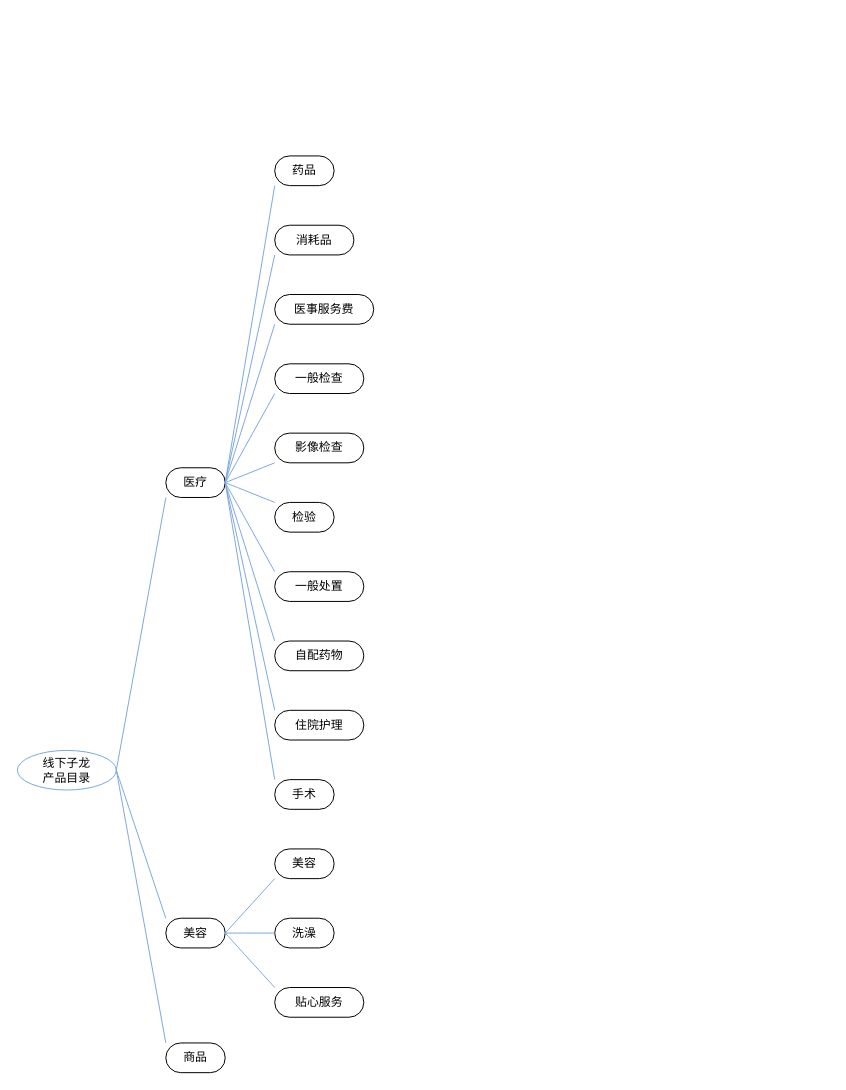
fangzheng0518/draw keeps this draw.io diagram as page "产品目录分类" (1 of 2) of pet_data_warehouse/经营参谋.drawio. Above is the earlier version. Source tidied: cells renumbered, new cells numbered last; positions are measured from the earlier drawing's top-left corner, leaving out a move shared by most shapes. Both pictures are drawn from the tidied source at 99%, with x=0, y=0 at pixel (17, 155).
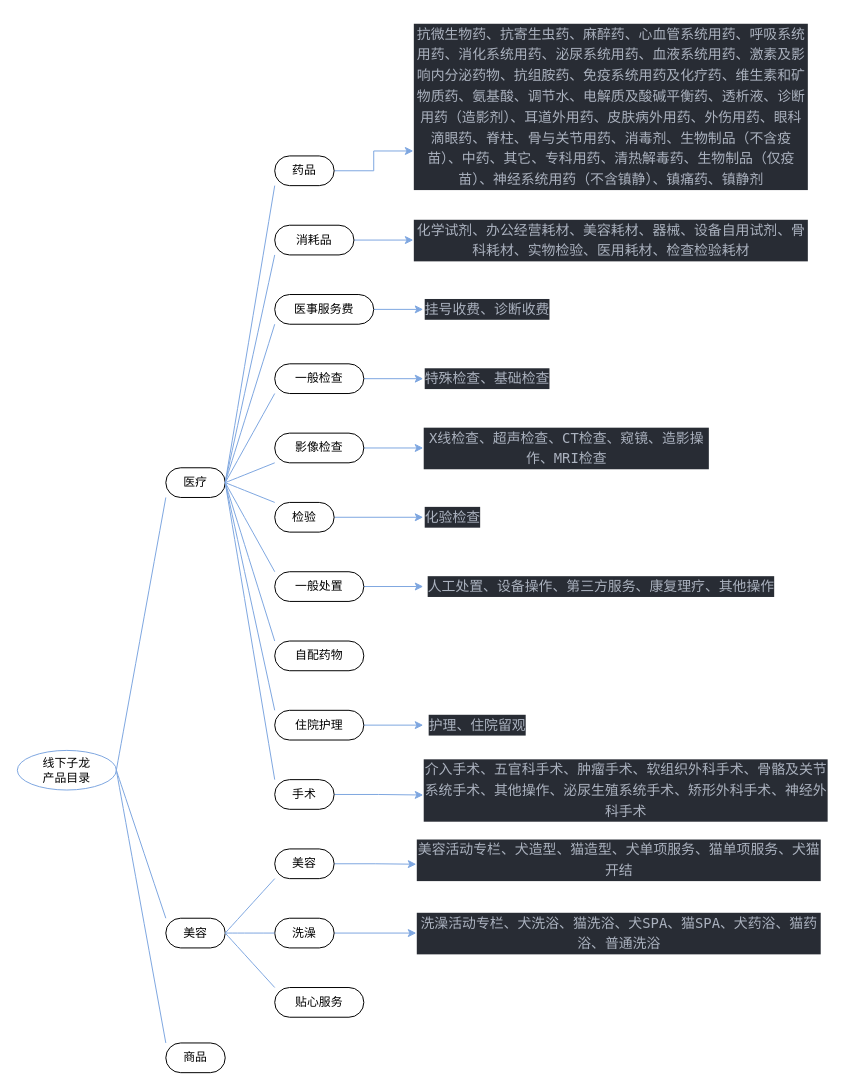
Above is the later version.

Commit message (it also covers changes not shown here):
更新经营参谋.drawio

Unchanged cells that the change refers to:
```xml
<mxCell id="10" value="药品" style="whiteSpace=wrap;html=1;rounded=1;arcSize=50;align=center;verticalAlign=middle;strokeWidth=1;spacing=4;newEdgeStyle={&quot;edgeStyle&quot;:&quot;entityRelationEdgeStyle&quot;,&quot;startArrow&quot;:&quot;none&quot;,&quot;endArrow&quot;:&quot;none&quot;,&quot;segment&quot;:10,&quot;curved&quot;:1};" parent="1" vertex="1">
  <mxGeometry x="260" width="60" height="30" as="geometry" />
</mxCell>
<mxCell id="12" value="消耗品" style="whiteSpace=wrap;html=1;rounded=1;arcSize=50;align=center;verticalAlign=middle;strokeWidth=1;spacing=4;newEdgeStyle={&quot;edgeStyle&quot;:&quot;entityRelationEdgeStyle&quot;,&quot;startArrow&quot;:&quot;none&quot;,&quot;endArrow&quot;:&quot;none&quot;,&quot;segment&quot;:10,&quot;curved&quot;:1};" parent="1" vertex="1">
  <mxGeometry x="260" y="70" width="80" height="30" as="geometry" />
</mxCell>
<mxCell id="14" value="医事服务费" style="whiteSpace=wrap;html=1;rounded=1;arcSize=50;align=center;verticalAlign=middle;strokeWidth=1;spacing=4;newEdgeStyle={&quot;edgeStyle&quot;:&quot;entityRelationEdgeStyle&quot;,&quot;startArrow&quot;:&quot;none&quot;,&quot;endArrow&quot;:&quot;none&quot;,&quot;segment&quot;:10,&quot;curved&quot;:1};" parent="1" vertex="1">
  <mxGeometry x="260" y="140" width="100" height="30" as="geometry" />
</mxCell>
<mxCell id="16" value="一般检查" style="whiteSpace=wrap;html=1;rounded=1;arcSize=50;align=center;verticalAlign=middle;strokeWidth=1;spacing=4;newEdgeStyle={&quot;edgeStyle&quot;:&quot;entityRelationEdgeStyle&quot;,&quot;startArrow&quot;:&quot;none&quot;,&quot;endArrow&quot;:&quot;none&quot;,&quot;segment&quot;:10,&quot;curved&quot;:1};" parent="1" vertex="1">
  <mxGeometry x="260" y="210" width="90" height="30" as="geometry" />
</mxCell>
<mxCell id="18" value="影像检查" style="whiteSpace=wrap;html=1;rounded=1;arcSize=50;align=center;verticalAlign=middle;strokeWidth=1;spacing=4;newEdgeStyle={&quot;edgeStyle&quot;:&quot;entityRelationEdgeStyle&quot;,&quot;startArrow&quot;:&quot;none&quot;,&quot;endArrow&quot;:&quot;none&quot;,&quot;segment&quot;:10,&quot;curved&quot;:1};" parent="1" vertex="1">
  <mxGeometry x="260" y="280" width="90" height="30" as="geometry" />
</mxCell>
<mxCell id="20" value="检验" style="whiteSpace=wrap;html=1;rounded=1;arcSize=50;align=center;verticalAlign=middle;strokeWidth=1;spacing=4;newEdgeStyle={&quot;edgeStyle&quot;:&quot;entityRelationEdgeStyle&quot;,&quot;startArrow&quot;:&quot;none&quot;,&quot;endArrow&quot;:&quot;none&quot;,&quot;segment&quot;:10,&quot;curved&quot;:1};" parent="1" vertex="1">
  <mxGeometry x="260" y="350" width="60" height="30" as="geometry" />
</mxCell>
<mxCell id="22" value="一般处置" style="whiteSpace=wrap;html=1;rounded=1;arcSize=50;align=center;verticalAlign=middle;strokeWidth=1;spacing=4;newEdgeStyle={&quot;edgeStyle&quot;:&quot;entityRelationEdgeStyle&quot;,&quot;startArrow&quot;:&quot;none&quot;,&quot;endArrow&quot;:&quot;none&quot;,&quot;segment&quot;:10,&quot;curved&quot;:1};" parent="1" vertex="1">
  <mxGeometry x="260" y="420" width="90" height="30" as="geometry" />
</mxCell>
<mxCell id="26" value="手术" style="whiteSpace=wrap;html=1;rounded=1;arcSize=50;align=center;verticalAlign=middle;strokeWidth=1;spacing=4;newEdgeStyle={&quot;edgeStyle&quot;:&quot;entityRelationEdgeStyle&quot;,&quot;startArrow&quot;:&quot;none&quot;,&quot;endArrow&quot;:&quot;none&quot;,&quot;segment&quot;:10,&quot;curved&quot;:1};" parent="1" vertex="1">
  <mxGeometry x="260" y="630" width="60" height="30" as="geometry" />
</mxCell>
<mxCell id="28" value="住院护理" style="whiteSpace=wrap;html=1;rounded=1;arcSize=50;align=center;verticalAlign=middle;strokeWidth=1;spacing=4;newEdgeStyle={&quot;edgeStyle&quot;:&quot;entityRelationEdgeStyle&quot;,&quot;startArrow&quot;:&quot;none&quot;,&quot;endArrow&quot;:&quot;none&quot;,&quot;segment&quot;:10,&quot;curved&quot;:1};" parent="1" vertex="1">
  <mxGeometry x="260" y="560" width="90" height="30" as="geometry" />
</mxCell>
<mxCell id="30" value="美容" style="whiteSpace=wrap;html=1;rounded=1;arcSize=50;align=center;verticalAlign=middle;strokeWidth=1;spacing=4;newEdgeStyle={&quot;edgeStyle&quot;:&quot;entityRelationEdgeStyle&quot;,&quot;startArrow&quot;:&quot;none&quot;,&quot;endArrow&quot;:&quot;none&quot;,&quot;segment&quot;:10,&quot;curved&quot;:1};" parent="1" vertex="1">
  <mxGeometry x="260" y="700" width="60" height="30" as="geometry" />
</mxCell>
<mxCell id="32" value="洗澡" style="whiteSpace=wrap;html=1;rounded=1;arcSize=50;align=center;verticalAlign=middle;strokeWidth=1;spacing=4;newEdgeStyle={&quot;edgeStyle&quot;:&quot;entityRelationEdgeStyle&quot;,&quot;startArrow&quot;:&quot;none&quot;,&quot;endArrow&quot;:&quot;none&quot;,&quot;segment&quot;:10,&quot;curved&quot;:1};" parent="1" vertex="1">
  <mxGeometry x="260" y="770" width="60" height="30" as="geometry" />
</mxCell>
```

What changed in the source:
```diff
@@
+    <mxCell id="36" style="edgeStyle=orthogonalEdgeStyle;rounded=0;jettySize=auto;html=1;entryX=0;entryY=0.75;entryDx=0;entryDy=0;fontSize=10;strokeColor=#7EA6E0;" parent="1" edge="1" source="10" target="47">
+      <mxGeometry relative="1" as="geometry" />
+    </mxCell>
@@
+    <mxCell id="37" style="edgeStyle=orthogonalEdgeStyle;rounded=0;jettySize=auto;html=1;entryX=0;entryY=0.5;entryDx=0;entryDy=0;fontSize=10;strokeColor=#7EA6E0;" parent="1" edge="1" source="12" target="48">
+      <mxGeometry relative="1" as="geometry" />
+    </mxCell>
@@
+    <mxCell id="38" style="edgeStyle=orthogonalEdgeStyle;rounded=0;jettySize=auto;html=1;entryX=0;entryY=0.5;entryDx=0;entryDy=0;fontSize=10;strokeColor=#7EA6E0;" parent="1" edge="1" source="14" target="49">
+      <mxGeometry relative="1" as="geometry" />
+    </mxCell>
@@
+    <mxCell id="39" style="edgeStyle=orthogonalEdgeStyle;rounded=0;jettySize=auto;html=1;entryX=0;entryY=0.5;entryDx=0;entryDy=0;fontSize=10;strokeColor=#7EA6E0;" parent="1" edge="1" source="16" target="50">
+      <mxGeometry relative="1" as="geometry" />
+    </mxCell>
@@
+    <mxCell id="40" style="edgeStyle=orthogonalEdgeStyle;rounded=0;jettySize=auto;html=1;entryX=0;entryY=0.5;entryDx=0;entryDy=0;fontSize=10;strokeColor=#7EA6E0;" parent="1" edge="1" source="18" target="51">
+      <mxGeometry relative="1" as="geometry" />
+    </mxCell>
@@
+    <mxCell id="41" style="edgeStyle=orthogonalEdgeStyle;rounded=0;jettySize=auto;html=1;entryX=0;entryY=0.5;entryDx=0;entryDy=0;fontSize=10;strokeColor=#7EA6E0;" parent="1" edge="1" source="20" target="52">
+      <mxGeometry relative="1" as="geometry" />
+    </mxCell>
@@
+    <mxCell id="42" style="edgeStyle=orthogonalEdgeStyle;rounded=0;jettySize=auto;html=1;entryX=0;entryY=0.5;entryDx=0;entryDy=0;fontSize=10;strokeColor=#7EA6E0;" parent="1" edge="1" source="22" target="53">
+      <mxGeometry relative="1" as="geometry" />
+    </mxCell>
@@
+    <mxCell id="43" style="edgeStyle=orthogonalEdgeStyle;rounded=0;jettySize=auto;html=1;entryX=0;entryY=0.75;entryDx=0;entryDy=0;fontSize=10;strokeColor=#7EA6E0;" parent="1" edge="1" source="26" target="55">
+      <mxGeometry relative="1" as="geometry" />
+    </mxCell>
@@
+    <mxCell id="44" style="edgeStyle=orthogonalEdgeStyle;rounded=0;jettySize=auto;html=1;entryX=0;entryY=0.5;entryDx=0;entryDy=0;fontSize=10;strokeColor=#7EA6E0;" parent="1" edge="1" source="28" target="54">
+      <mxGeometry relative="1" as="geometry" />
+    </mxCell>
@@
+    <mxCell id="45" style="edgeStyle=orthogonalEdgeStyle;rounded=0;jettySize=auto;html=1;entryX=0;entryY=0.75;entryDx=0;entryDy=0;fontSize=10;strokeColor=#7EA6E0;" parent="1" edge="1" source="30" target="56">
+      <mxGeometry relative="1" as="geometry" />
+    </mxCell>
@@
+    <mxCell id="46" style="edgeStyle=orthogonalEdgeStyle;rounded=0;jettySize=auto;html=1;fontSize=10;strokeColor=#7EA6E0;" parent="1" edge="1" source="32" target="57">
+      <mxGeometry relative="1" as="geometry" />
+    </mxCell>
@@
+    <mxCell id="47" value="&lt;div style=&quot;color: rgb(171 , 178 , 191) ; background-color: rgb(40 , 44 , 52) ; font-family: &amp;#34;menlo&amp;#34; , &amp;#34;monaco&amp;#34; , &amp;#34;courier new&amp;#34; , monospace ; font-size: 10px ; line-height: 21px&quot;&gt;&lt;div style=&quot;font-size: 10px&quot;&gt;&lt;div style=&quot;font-family: &amp;#34;menlo&amp;#34; , &amp;#34;monaco&amp;#34; , &amp;#34;courier new&amp;#34; , monospace ; font-size: 14px ; line-height: 21px&quot;&gt;抗微生物药、抗寄生虫药、麻醉药、心血管系统用药、呼吸系统用药、消化系统用药、泌尿系统用药、血液系统用药、激素及影响内分泌药物、抗组胺药、免疫系统用药及化疗药、维生素和矿物质药、氨基酸、调节水、电解质及酸碱平衡药、透析液、诊断用药（造影剂）、耳道外用药、皮肤病外用药、外伤用药、眼科滴眼药、脊柱、骨与关节用药、消毒剂、生物制品（不含疫苗）、中药、其它、专科用药、清热解毒药、生物制品（仅疫苗）、神经系统用药（不含镇静）、镇痛药、镇静剂&lt;/div&gt;&lt;/div&gt;&lt;/div&gt;" style="text;html=1;strokeColor=none;fillColor=none;align=center;verticalAlign=middle;whiteSpace=wrap;rounded=0;fontSize=10;" parent="1" vertex="1">
+      <mxGeometry x="400" y="-140" width="400" height="180" as="geometry" />
+    </mxCell>
+    <mxCell id="48" value="&lt;div style=&quot;color: rgb(171 , 178 , 191) ; background-color: rgb(40 , 44 , 52) ; font-family: &amp;#34;menlo&amp;#34; , &amp;#34;monaco&amp;#34; , &amp;#34;courier new&amp;#34; , monospace ; font-size: 10px ; line-height: 21px&quot;&gt;&lt;div style=&quot;font-size: 10px&quot;&gt;&lt;div style=&quot;font-family: &amp;#34;menlo&amp;#34; , &amp;#34;monaco&amp;#34; , &amp;#34;courier new&amp;#34; , monospace ; font-size: 14px ; line-height: 21px&quot;&gt;&lt;div style=&quot;font-family: &amp;#34;menlo&amp;#34; , &amp;#34;monaco&amp;#34; , &amp;#34;courier new&amp;#34; , monospace ; line-height: 21px&quot;&gt;化学试剂、办公经营耗材、美容耗材、器械、设备自用试剂、骨科耗材、实物检验、医用耗材、检查检验耗材&lt;/div&gt;&lt;/div&gt;&lt;/div&gt;&lt;/div&gt;" style="text;html=1;strokeColor=none;fillColor=none;align=center;verticalAlign=middle;whiteSpace=wrap;rounded=0;fontSize=10;" parent="1" vertex="1">
+      <mxGeometry x="400" y="60" width="400" height="50" as="geometry" />
+    </mxCell>
+    <mxCell id="49" value="&lt;div style=&quot;color: rgb(171 , 178 , 191) ; background-color: rgb(40 , 44 , 52) ; font-family: &amp;#34;menlo&amp;#34; , &amp;#34;monaco&amp;#34; , &amp;#34;courier new&amp;#34; , monospace ; font-size: 10px ; line-height: 21px&quot;&gt;&lt;div style=&quot;font-size: 10px&quot;&gt;&lt;div style=&quot;font-family: &amp;#34;menlo&amp;#34; , &amp;#34;monaco&amp;#34; , &amp;#34;courier new&amp;#34; , monospace ; font-size: 14px ; line-height: 21px&quot;&gt;&lt;div style=&quot;font-family: &amp;#34;menlo&amp;#34; , &amp;#34;monaco&amp;#34; , &amp;#34;courier new&amp;#34; , monospace ; line-height: 21px&quot;&gt;挂号收费、诊断收费&lt;/div&gt;&lt;/div&gt;&lt;/div&gt;&lt;/div&gt;" style="text;html=1;strokeColor=none;fillColor=none;align=center;verticalAlign=middle;whiteSpace=wrap;rounded=0;fontSize=10;" parent="1" vertex="1">
+      <mxGeometry x="410" y="140" width="130" height="30" as="geometry" />
+    </mxCell>
+    <mxCell id="50" value="&lt;div style=&quot;color: rgb(171 , 178 , 191) ; background-color: rgb(40 , 44 , 52) ; font-family: &amp;#34;menlo&amp;#34; , &amp;#34;monaco&amp;#34; , &amp;#34;courier new&amp;#34; , monospace ; font-size: 10px ; line-height: 21px&quot;&gt;&lt;div style=&quot;font-size: 10px&quot;&gt;&lt;div style=&quot;font-family: &amp;#34;menlo&amp;#34; , &amp;#34;monaco&amp;#34; , &amp;#34;courier new&amp;#34; , monospace ; font-size: 14px ; line-height: 21px&quot;&gt;&lt;div style=&quot;font-family: &amp;#34;menlo&amp;#34; , &amp;#34;monaco&amp;#34; , &amp;#34;courier new&amp;#34; , monospace ; line-height: 21px&quot;&gt;&lt;div style=&quot;line-height: 21px&quot;&gt;特殊检查、基础检查&lt;/div&gt;&lt;/div&gt;&lt;/div&gt;&lt;/div&gt;&lt;/div&gt;" style="text;html=1;strokeColor=none;fillColor=none;align=center;verticalAlign=middle;whiteSpace=wrap;rounded=0;fontSize=10;" parent="1" vertex="1">
+      <mxGeometry x="410" y="210" width="130" height="30" as="geometry" />
+    </mxCell>
+    <mxCell id="51" value="&lt;div style=&quot;color: rgb(171 , 178 , 191) ; background-color: rgb(40 , 44 , 52) ; font-family: &amp;#34;menlo&amp;#34; , &amp;#34;monaco&amp;#34; , &amp;#34;courier new&amp;#34; , monospace ; font-size: 10px ; line-height: 21px&quot;&gt;&lt;div style=&quot;font-size: 10px&quot;&gt;&lt;div style=&quot;font-family: &amp;#34;menlo&amp;#34; , &amp;#34;monaco&amp;#34; , &amp;#34;courier new&amp;#34; , monospace ; font-size: 14px ; line-height: 21px&quot;&gt;&lt;div style=&quot;font-family: &amp;#34;menlo&amp;#34; , &amp;#34;monaco&amp;#34; , &amp;#34;courier new&amp;#34; , monospace ; line-height: 21px&quot;&gt;&lt;div style=&quot;line-height: 21px&quot;&gt;&lt;div style=&quot;line-height: 21px&quot;&gt;X线检查、超声检查、CT检查、窥镜、造影操作、MRI检查&lt;/div&gt;&lt;/div&gt;&lt;/div&gt;&lt;/div&gt;&lt;/div&gt;&lt;/div&gt;" style="text;html=1;strokeColor=none;fillColor=none;align=center;verticalAlign=middle;whiteSpace=wrap;rounded=0;fontSize=10;" parent="1" vertex="1">
+      <mxGeometry x="410" y="265" width="290" height="60" as="geometry" />
+    </mxCell>
+    <mxCell id="52" value="&lt;div style=&quot;color: rgb(171 , 178 , 191) ; background-color: rgb(40 , 44 , 52) ; font-family: &amp;#34;menlo&amp;#34; , &amp;#34;monaco&amp;#34; , &amp;#34;courier new&amp;#34; , monospace ; font-size: 10px ; line-height: 21px&quot;&gt;&lt;div style=&quot;font-size: 10px&quot;&gt;&lt;div style=&quot;font-family: &amp;#34;menlo&amp;#34; , &amp;#34;monaco&amp;#34; , &amp;#34;courier new&amp;#34; , monospace ; font-size: 14px ; line-height: 21px&quot;&gt;&lt;div style=&quot;font-family: &amp;#34;menlo&amp;#34; , &amp;#34;monaco&amp;#34; , &amp;#34;courier new&amp;#34; , monospace ; line-height: 21px&quot;&gt;&lt;div style=&quot;line-height: 21px&quot;&gt;&lt;div style=&quot;line-height: 21px&quot;&gt;化验检查&lt;/div&gt;&lt;/div&gt;&lt;/div&gt;&lt;/div&gt;&lt;/div&gt;&lt;/div&gt;" style="text;html=1;strokeColor=none;fillColor=none;align=center;verticalAlign=middle;whiteSpace=wrap;rounded=0;fontSize=10;" parent="1" vertex="1">
+      <mxGeometry x="410" y="352.5" width="60" height="25" as="geometry" />
+    </mxCell>
+    <mxCell id="53" value="&lt;div style=&quot;color: rgb(171 , 178 , 191) ; background-color: rgb(40 , 44 , 52) ; font-family: &amp;#34;menlo&amp;#34; , &amp;#34;monaco&amp;#34; , &amp;#34;courier new&amp;#34; , monospace ; font-size: 10px ; line-height: 21px&quot;&gt;&lt;div style=&quot;font-size: 10px&quot;&gt;&lt;div style=&quot;font-family: &amp;#34;menlo&amp;#34; , &amp;#34;monaco&amp;#34; , &amp;#34;courier new&amp;#34; , monospace ; font-size: 14px ; line-height: 21px&quot;&gt;&lt;div style=&quot;font-family: &amp;#34;menlo&amp;#34; , &amp;#34;monaco&amp;#34; , &amp;#34;courier new&amp;#34; , monospace ; line-height: 21px&quot;&gt;&lt;div style=&quot;line-height: 21px&quot;&gt;&lt;div style=&quot;line-height: 21px&quot;&gt;&lt;div style=&quot;line-height: 21px&quot;&gt;人工处置、设备操作、第三方服务、康复理疗、其他操作&lt;/div&gt;&lt;/div&gt;&lt;/div&gt;&lt;/div&gt;&lt;/div&gt;&lt;/div&gt;&lt;/div&gt;" style="text;html=1;strokeColor=none;fillColor=none;align=center;verticalAlign=middle;whiteSpace=wrap;rounded=0;fontSize=10;" parent="1" vertex="1">
+      <mxGeometry x="410" y="426.2" width="360" height="17.5" as="geometry" />
+    </mxCell>
+    <mxCell id="54" value="&lt;div style=&quot;color: rgb(171 , 178 , 191) ; background-color: rgb(40 , 44 , 52) ; font-family: &amp;#34;menlo&amp;#34; , &amp;#34;monaco&amp;#34; , &amp;#34;courier new&amp;#34; , monospace ; font-size: 10px ; line-height: 21px&quot;&gt;&lt;div style=&quot;font-size: 10px&quot;&gt;&lt;div style=&quot;font-family: &amp;#34;menlo&amp;#34; , &amp;#34;monaco&amp;#34; , &amp;#34;courier new&amp;#34; , monospace ; font-size: 14px ; line-height: 21px&quot;&gt;&lt;div style=&quot;font-family: &amp;#34;menlo&amp;#34; , &amp;#34;monaco&amp;#34; , &amp;#34;courier new&amp;#34; , monospace ; line-height: 21px&quot;&gt;&lt;div style=&quot;line-height: 21px&quot;&gt;&lt;div style=&quot;line-height: 21px&quot;&gt;&lt;div style=&quot;line-height: 21px&quot;&gt;护理、住院留观&lt;/div&gt;&lt;/div&gt;&lt;/div&gt;&lt;/div&gt;&lt;/div&gt;&lt;/div&gt;&lt;/div&gt;" style="text;html=1;strokeColor=none;fillColor=none;align=center;verticalAlign=middle;whiteSpace=wrap;rounded=0;fontSize=10;" parent="1" vertex="1">
+      <mxGeometry x="410" y="566.2" width="110" height="17.5" as="geometry" />
+    </mxCell>
+    <mxCell id="55" value="&lt;div style=&quot;color: rgb(171 , 178 , 191) ; background-color: rgb(40 , 44 , 52) ; font-family: &amp;#34;menlo&amp;#34; , &amp;#34;monaco&amp;#34; , &amp;#34;courier new&amp;#34; , monospace ; font-size: 10px ; line-height: 21px&quot;&gt;&lt;div style=&quot;font-size: 10px&quot;&gt;&lt;div style=&quot;font-family: &amp;#34;menlo&amp;#34; , &amp;#34;monaco&amp;#34; , &amp;#34;courier new&amp;#34; , monospace ; font-size: 14px ; line-height: 21px&quot;&gt;&lt;div style=&quot;font-family: &amp;#34;menlo&amp;#34; , &amp;#34;monaco&amp;#34; , &amp;#34;courier new&amp;#34; , monospace ; line-height: 21px&quot;&gt;&lt;div style=&quot;line-height: 21px&quot;&gt;&lt;div style=&quot;line-height: 21px&quot;&gt;&lt;div style=&quot;line-height: 21px&quot;&gt;&lt;div style=&quot;font-family: &amp;#34;menlo&amp;#34; , &amp;#34;monaco&amp;#34; , &amp;#34;courier new&amp;#34; , monospace ; line-height: 21px&quot;&gt;介入手术、五官科手术、肿瘤手术、软组织外科手术、骨骼及关节系统手术、其他操作、泌尿生殖系统手术、矫形外科手术、神经外科手术&lt;/div&gt;&lt;/div&gt;&lt;/div&gt;&lt;/div&gt;&lt;/div&gt;&lt;/div&gt;&lt;/div&gt;&lt;/div&gt;" style="text;html=1;strokeColor=none;fillColor=none;align=center;verticalAlign=middle;whiteSpace=wrap;rounded=0;fontSize=10;" parent="1" vertex="1">
+      <mxGeometry x="410" y="632.2" width="410" height="17.8" as="geometry" />
+    </mxCell>
+    <mxCell id="56" value="&lt;div style=&quot;color: rgb(171 , 178 , 191) ; background-color: rgb(40 , 44 , 52) ; font-family: &amp;#34;menlo&amp;#34; , &amp;#34;monaco&amp;#34; , &amp;#34;courier new&amp;#34; , monospace ; font-size: 10px ; line-height: 21px&quot;&gt;&lt;div style=&quot;font-size: 10px&quot;&gt;&lt;div style=&quot;font-family: &amp;#34;menlo&amp;#34; , &amp;#34;monaco&amp;#34; , &amp;#34;courier new&amp;#34; , monospace ; font-size: 14px ; line-height: 21px&quot;&gt;&lt;div style=&quot;font-family: &amp;#34;menlo&amp;#34; , &amp;#34;monaco&amp;#34; , &amp;#34;courier new&amp;#34; , monospace ; line-height: 21px&quot;&gt;&lt;div style=&quot;line-height: 21px&quot;&gt;&lt;div style=&quot;line-height: 21px&quot;&gt;&lt;div style=&quot;line-height: 21px&quot;&gt;&lt;div style=&quot;font-family: &amp;#34;menlo&amp;#34; , &amp;#34;monaco&amp;#34; , &amp;#34;courier new&amp;#34; , monospace ; line-height: 21px&quot;&gt;&lt;div style=&quot;font-family: &amp;#34;menlo&amp;#34; , &amp;#34;monaco&amp;#34; , &amp;#34;courier new&amp;#34; , monospace ; line-height: 21px&quot;&gt;美容活动专栏、犬造型、猫造型、犬单项服务、猫单项服务、犬猫开结&lt;/div&gt;&lt;/div&gt;&lt;/div&gt;&lt;/div&gt;&lt;/div&gt;&lt;/div&gt;&lt;/div&gt;&lt;/div&gt;&lt;/div&gt;" style="text;html=1;strokeColor=none;fillColor=none;align=center;verticalAlign=middle;whiteSpace=wrap;rounded=0;fontSize=10;" parent="1" vertex="1">
+      <mxGeometry x="403" y="702.1" width="410" height="17.8" as="geometry" />
+    </mxCell>
+    <mxCell id="57" value="&lt;div style=&quot;color: rgb(171 , 178 , 191) ; background-color: rgb(40 , 44 , 52) ; font-family: &amp;#34;menlo&amp;#34; , &amp;#34;monaco&amp;#34; , &amp;#34;courier new&amp;#34; , monospace ; font-size: 10px ; line-height: 21px&quot;&gt;&lt;div style=&quot;font-size: 10px&quot;&gt;&lt;div style=&quot;font-family: &amp;#34;menlo&amp;#34; , &amp;#34;monaco&amp;#34; , &amp;#34;courier new&amp;#34; , monospace ; font-size: 14px ; line-height: 21px&quot;&gt;&lt;div style=&quot;font-family: &amp;#34;menlo&amp;#34; , &amp;#34;monaco&amp;#34; , &amp;#34;courier new&amp;#34; , monospace ; line-height: 21px&quot;&gt;&lt;div style=&quot;line-height: 21px&quot;&gt;&lt;div style=&quot;line-height: 21px&quot;&gt;&lt;div style=&quot;line-height: 21px&quot;&gt;&lt;div style=&quot;font-family: &amp;#34;menlo&amp;#34; , &amp;#34;monaco&amp;#34; , &amp;#34;courier new&amp;#34; , monospace ; line-height: 21px&quot;&gt;&lt;div style=&quot;font-family: &amp;#34;menlo&amp;#34; , &amp;#34;monaco&amp;#34; , &amp;#34;courier new&amp;#34; , monospace ; line-height: 21px&quot;&gt;&lt;div style=&quot;font-family: &amp;#34;menlo&amp;#34; , &amp;#34;monaco&amp;#34; , &amp;#34;courier new&amp;#34; , monospace ; line-height: 21px&quot;&gt;洗澡活动专栏、犬洗浴、猫洗浴、犬SPA、猫SPA、犬药浴、猫药浴、普通洗浴&lt;/div&gt;&lt;/div&gt;&lt;/div&gt;&lt;/div&gt;&lt;/div&gt;&lt;/div&gt;&lt;/div&gt;&lt;/div&gt;&lt;/div&gt;&lt;/div&gt;" style="text;html=1;strokeColor=none;fillColor=none;align=center;verticalAlign=middle;whiteSpace=wrap;rounded=0;fontSize=10;" parent="1" vertex="1">
+      <mxGeometry x="403" y="776.1" width="410" height="17.8" as="geometry" />
+    </mxCell>
```
